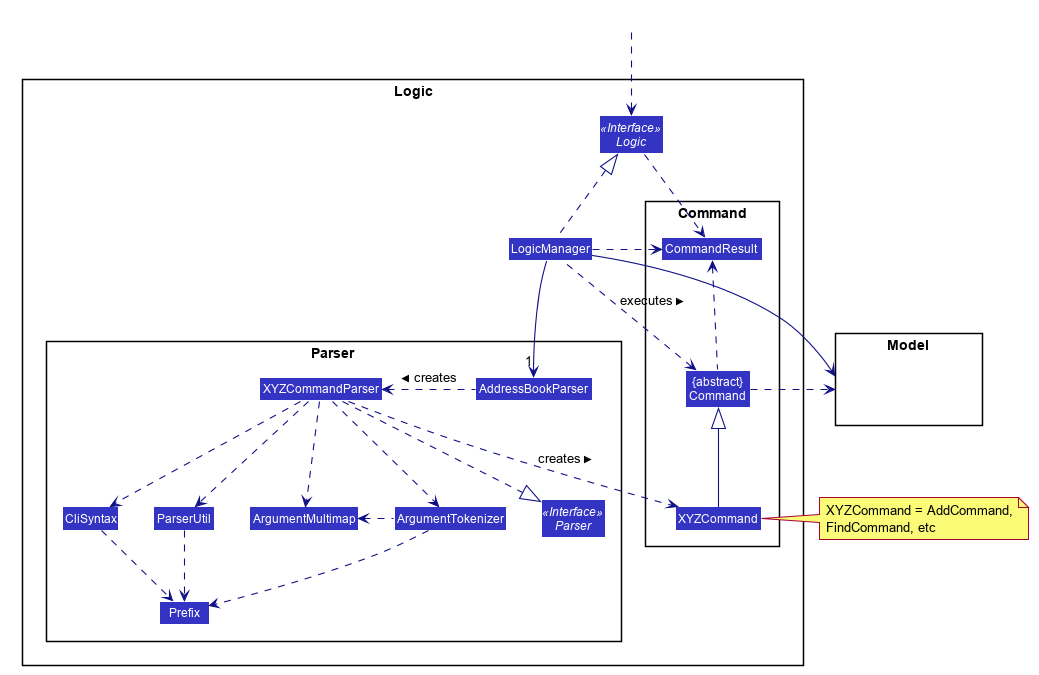
Above: docs/images/LogicClassDiagram.png in nus-cs2103-AY2021S2/tp (PlantUML), before the change.
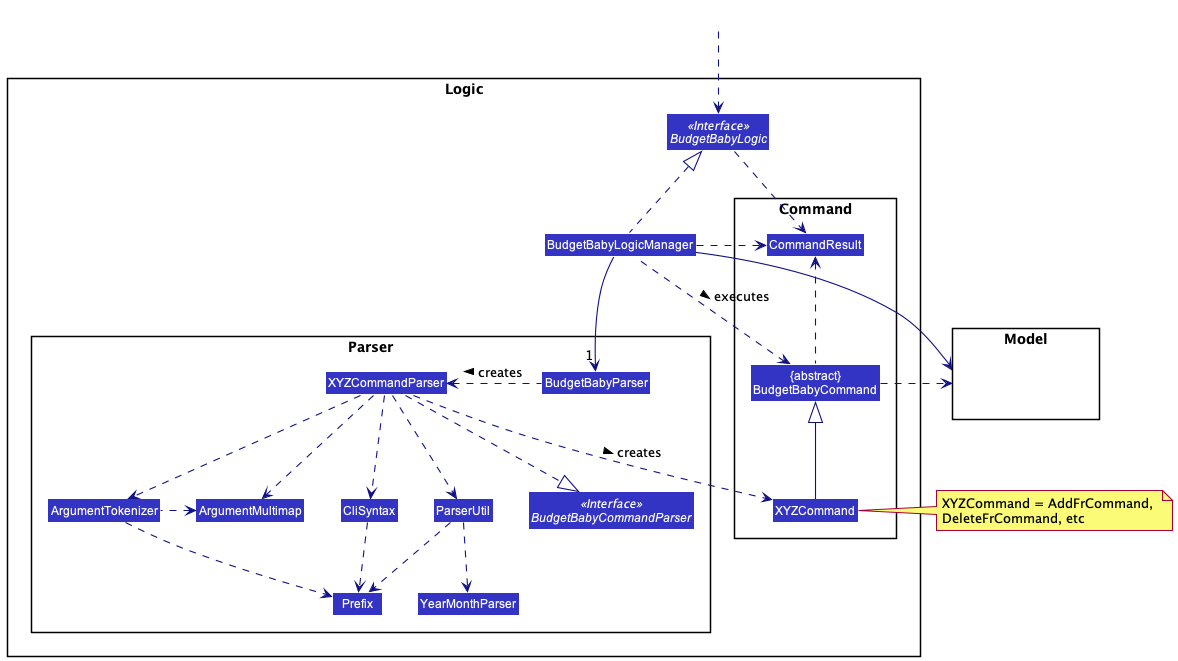
Later version of the same file.

Change to the diagram source:
```diff
@@ -1,77 +1,31 @@
-@startuml
-
-
-
-
-
-
-
-
-skinparam BackgroundColor #FFFFFFF
-
-skinparam Shadowing false
-
-skinparam Class {
-    FontColor #FFFFFF
-    BorderThickness 1
-    BorderColor #FFFFFF
-    StereotypeFontColor #FFFFFF
-    FontName Arial
-}
-
-skinparam Actor {
-    BorderColor #000000
-    Color #000000
-    FontName Arial
-}
-
-skinparam Sequence {
-    MessageAlign center
-    BoxFontSize 15
-    BoxPadding 0
-    BoxFontColor #FFFFFF
-    FontName Arial
-}
-
-skinparam Participant {
-    FontColor #FFFFFFF
-    Padding 20
-}
-
-skinparam MinClassWidth 50
-skinparam ParticipantPadding 10
-skinparam Shadowing false
-skinparam DefaultTextAlignment center
-skinparam packageStyle Rectangle
-
-hide footbox
-hide members
-hide circle
+@startuml BudgetBabyLogicClassDiagram
+!include style.puml
 skinparam arrowThickness 1.1
-skinparam arrowColor #101086
-skinparam classBackgroundColor #3333C4
+skinparam arrowColor LOGIC_COLOR_T4
+skinparam classBackgroundColor LOGIC_COLOR
 
 package Logic {
 
 package Parser {
-Interface Parser <<Interface>>
-Class AddressBookParser
+Interface BudgetBabyCommandParser <<Interface>>
+Class BudgetBabyParser
 Class XYZCommandParser
 Class CliSyntax
 Class ParserUtil
 Class ArgumentMultimap
 Class ArgumentTokenizer
 Class Prefix
+Class YearMonthParser
 }
 
 package Command {
 Class XYZCommand
 Class CommandResult
-Class "{abstract}\nCommand" as Command
+Class "{abstract}\nBudgetBabyCommand" as BudgetBabyCommand
 }
 
-Interface Logic <<Interface>>
-Class LogicManager
+Interface BudgetBabyLogic <<Interface>>
+Class BudgetBabyLogicManager
 }
 
 package Model{
@@ -79,14 +33,14 @@
 }
 
 Class HiddenOutside #FFFFFF
-HiddenOutside ..> Logic
+HiddenOutside ..> BudgetBabyLogic
 
-LogicManager .up.|> Logic
-LogicManager -->"1" AddressBookParser
-AddressBookParser .left.> XYZCommandParser: creates >
+BudgetBabyLogicManager .up.|> BudgetBabyLogic
+BudgetBabyLogicManager -->"1" BudgetBabyParser
+BudgetBabyParser .left.> XYZCommandParser: creates >
 
 XYZCommandParser ..> XYZCommand : creates >
-XYZCommandParser ..|> Parser
+XYZCommandParser ..|> BudgetBabyCommandParser
 XYZCommandParser ..> ArgumentMultimap
 XYZCommandParser ..> ArgumentTokenizer
 ArgumentTokenizer .left.> ArgumentMultimap
@@ -94,16 +48,17 @@
 CliSyntax ..> Prefix
 XYZCommandParser ..> ParserUtil
 ParserUtil .down.> Prefix
+ParserUtil ..> YearMonthParser
 ArgumentTokenizer .down.> Prefix
-XYZCommand -up-|> Command
-LogicManager .left.> Command : executes >
+XYZCommand -up-|> BudgetBabyCommand
+BudgetBabyLogicManager .left.> BudgetBabyCommand : executes >
 
-LogicManager --> Model
-Command .right.> Model
-note right of XYZCommand: XYZCommand = AddCommand, \nFindCommand, etc
+BudgetBabyLogicManager --> Model
+BudgetBabyCommand .right.> Model
+note right of XYZCommand: XYZCommand = AddFrCommand, \nDeleteFrCommand, etc
 
-Logic ..> CommandResult
-LogicManager .down.> CommandResult
-Command .up.> CommandResult
-CommandResult -[hidden]-> Parser
+BudgetBabyLogic ..> CommandResult
+BudgetBabyLogicManager .down.> CommandResult
+BudgetBabyCommand .up.> CommandResult
+CommandResult -[hidden]-> BudgetBabyCommandParser
 @enduml
```
